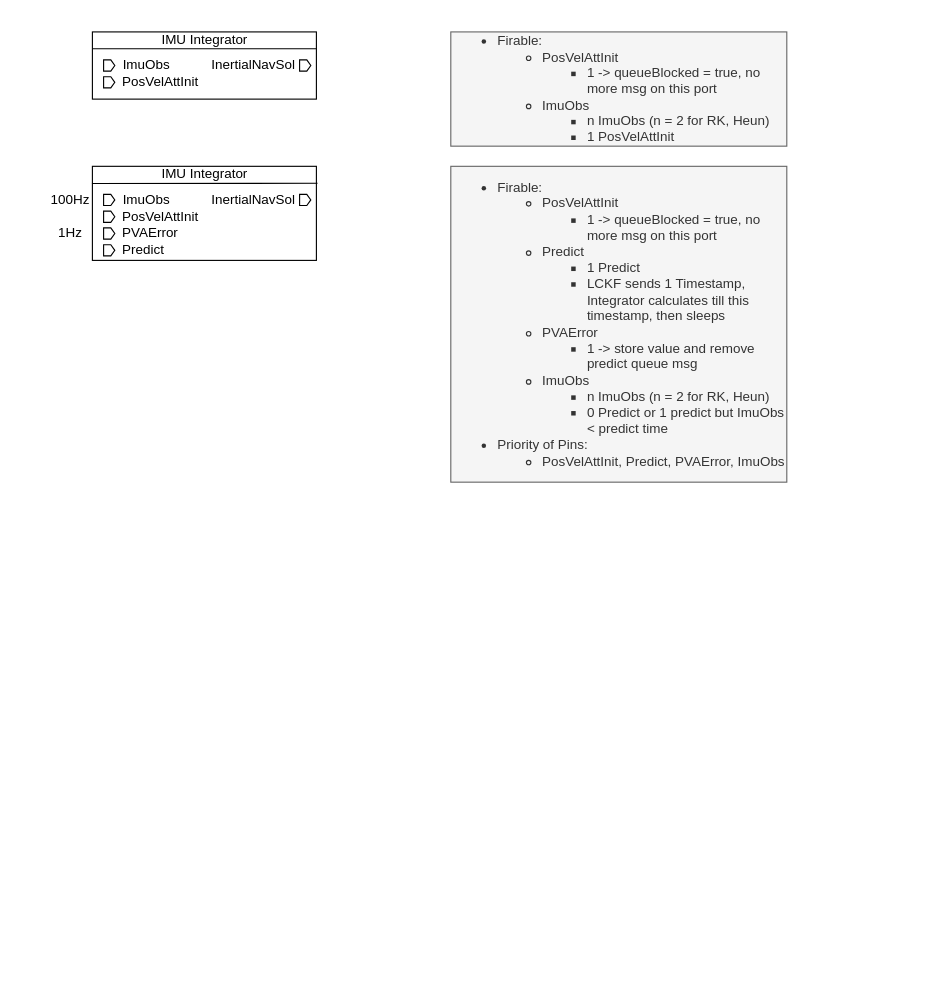
This is page "Page-2" (2 of 2) of doc/internal/FlowDataProcessingLogic.drawio from UniStuttgart-INS/INSTINCT, a draw.io file, before an edit. Source tidied: cells renumbered, new cells numbered last; positions are measured from the earlier drawing's top-left corner, leaving out a move shared by most shapes. Both pictures are drawn from the tidied source at 112%, with x=0, y=0 at pixel (36, 22).
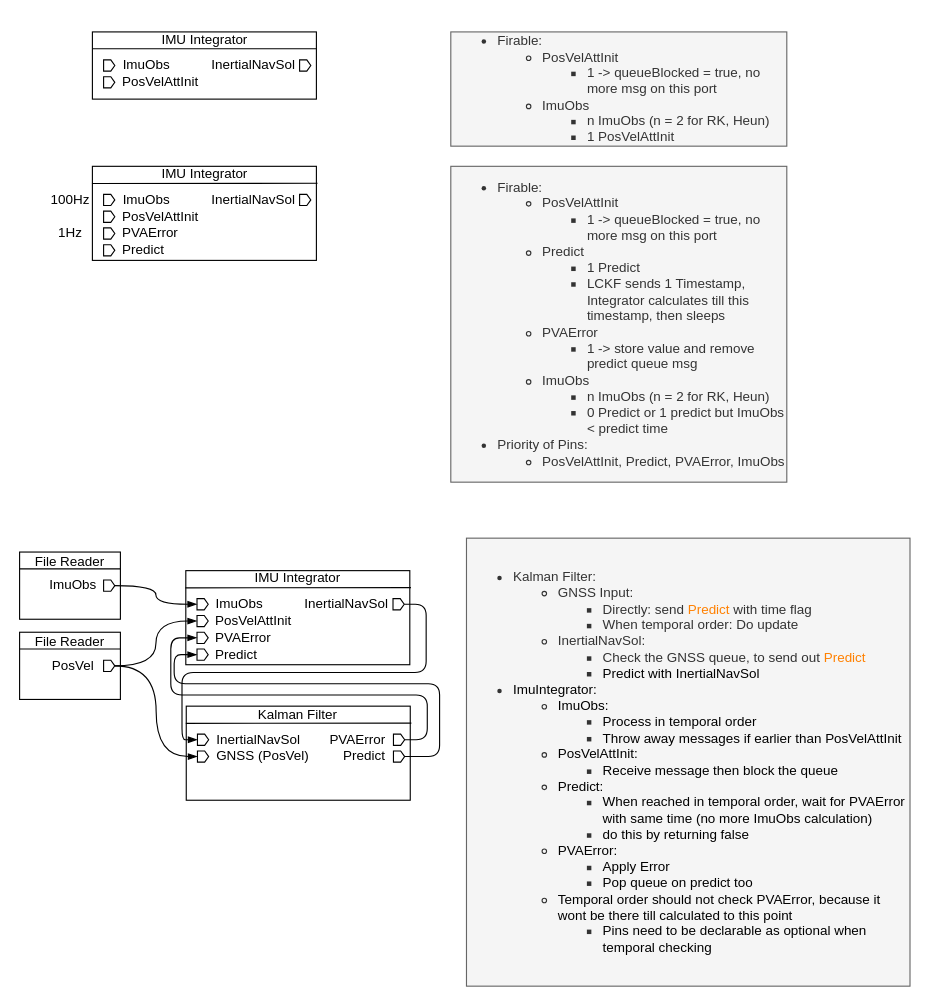
The same page after the edit.

Commit message (it also covers changes not shown here):
WIP: Node trigger logic

Diff of the diagram source:
```diff
@@
+    <mxCell id="30" style="rounded=0;whiteSpace=wrap;html=1;" parent="1" vertex="1">
+      <mxGeometry x="133.8" y="610" width="200" height="84" as="geometry" />
+    </mxCell>
@@
+    <mxCell id="31" style="rounded=0;whiteSpace=wrap;html=1;" parent="1" vertex="1">
+      <mxGeometry x="133.4" y="489" width="200" height="84" as="geometry" />
+    </mxCell>
+    <mxCell id="32" style="endArrow=none;html=1;rounded=0;exitX=-0.002;exitY=0.183;exitDx=0;exitDy=0;entryX=1.005;entryY=0.18;entryDx=0;entryDy=0;entryPerimeter=0;exitPerimeter=0;" parent="1" edge="1" source="31" target="31">
+      <mxGeometry relative="1" as="geometry" />
+    </mxCell>
+    <mxCell id="33" value="IMU Integrator" style="text;html=1;strokeColor=none;fillColor=none;align=center;verticalAlign=middle;whiteSpace=wrap;rounded=0;" parent="1" vertex="1">
+      <mxGeometry x="186.9" y="481" width="93" height="30" as="geometry" />
+    </mxCell>
+    <mxCell id="34" style="edgeStyle=orthogonalEdgeStyle;rounded=0;orthogonalLoop=1;jettySize=auto;html=1;exitX=0.5;exitY=1;exitDx=0;exitDy=0;" parent="1" edge="1">
+      <mxGeometry relative="1" as="geometry">
+        <mxPoint x="195.9" y="549" as="sourcePoint" />
+        <mxPoint x="195.9" y="549" as="targetPoint" />
+      </mxGeometry>
+    </mxCell>
+    <mxCell id="35" value="InertialNavSol" style="text;html=1;strokeColor=none;fillColor=none;align=center;verticalAlign=middle;whiteSpace=wrap;rounded=0;" parent="1" vertex="1">
+      <mxGeometry x="247.4" y="504" width="60" height="30" as="geometry" />
+    </mxCell>
+    <mxCell id="36" style="verticalLabelPosition=bottom;verticalAlign=top;html=1;shape=offPageConnector;rounded=0;size=0.35704697986577116;direction=north;" parent="1" vertex="1">
+      <mxGeometry x="143.4" y="514" width="10" height="10" as="geometry" />
+    </mxCell>
+    <mxCell id="37" value="ImuObs" style="text;html=1;align=center;verticalAlign=middle;strokeColor=none;fillColor=none;" parent="1" vertex="1">
+      <mxGeometry x="146.4" y="504" width="70" height="30" as="geometry" />
+    </mxCell>
+    <mxCell id="38" style="edgeStyle=orthogonalEdgeStyle;jettySize=auto;html=1;exitX=0.5;exitY=1;exitDx=0;exitDy=0;entryX=0.5;entryY=0;entryDx=0;entryDy=0;endArrow=blockThin;endFill=1;" parent="1" edge="1" source="39" target="65">
+      <mxGeometry relative="1" as="geometry">
+        <Array as="points">
+          <mxPoint x="348" y="519" />
+          <mxPoint x="348" y="580" />
+          <mxPoint x="130" y="580" />
+          <mxPoint x="130" y="640" />
+        </Array>
+      </mxGeometry>
+    </mxCell>
+    <mxCell id="39" style="verticalLabelPosition=bottom;verticalAlign=top;html=1;shape=offPageConnector;rounded=0;size=0.35704697986577116;direction=north;" parent="1" vertex="1">
+      <mxGeometry x="318.4" y="514" width="10" height="10" as="geometry" />
+    </mxCell>
+    <mxCell id="40" style="verticalLabelPosition=bottom;verticalAlign=top;html=1;shape=offPageConnector;rounded=0;size=0.35704697986577116;direction=north;" parent="1" vertex="1">
+      <mxGeometry x="143.4" y="529" width="10" height="10" as="geometry" />
+    </mxCell>
+    <mxCell id="41" value="PosVelAttInit" style="text;html=1;align=left;verticalAlign=middle;strokeColor=none;fillColor=none;" parent="1" vertex="1">
+      <mxGeometry x="158.4" y="519" width="90" height="30" as="geometry" />
+    </mxCell>
+    <mxCell id="42" style="verticalLabelPosition=bottom;verticalAlign=top;html=1;shape=offPageConnector;rounded=0;size=0.35704697986577116;direction=north;" parent="1" vertex="1">
+      <mxGeometry x="143.4" y="544" width="10" height="10" as="geometry" />
+    </mxCell>
+    <mxCell id="43" value="PVAError" style="text;html=1;align=left;verticalAlign=middle;strokeColor=none;fillColor=none;" parent="1" vertex="1">
+      <mxGeometry x="158.4" y="534" width="70" height="30" as="geometry" />
+    </mxCell>
+    <mxCell id="44" style="verticalLabelPosition=bottom;verticalAlign=top;html=1;shape=offPageConnector;rounded=0;size=0.35704697986577116;direction=north;" parent="1" vertex="1">
+      <mxGeometry x="143.4" y="559" width="10" height="10" as="geometry" />
+    </mxCell>
+    <mxCell id="45" value="Predict" style="text;html=1;align=left;verticalAlign=middle;strokeColor=none;fillColor=none;" parent="1" vertex="1">
+      <mxGeometry x="158.4" y="549" width="60" height="30" as="geometry" />
+    </mxCell>
+    <mxCell id="46" style="rounded=0;whiteSpace=wrap;html=1;" parent="1" vertex="1">
+      <mxGeometry x="-15" y="472.4" width="90" height="60" as="geometry" />
+    </mxCell>
+    <mxCell id="47" style="endArrow=none;html=1;rounded=0;exitX=0;exitY=0.25;exitDx=0;exitDy=0;entryX=1;entryY=0.25;entryDx=0;entryDy=0;" parent="1" edge="1" source="46" target="46">
+      <mxGeometry relative="1" as="geometry" />
+    </mxCell>
+    <mxCell id="48" style="edgeStyle=orthogonalEdgeStyle;curved=1;jettySize=auto;html=1;exitX=0.5;exitY=1;exitDx=0;exitDy=0;entryX=0.5;entryY=0;entryDx=0;entryDy=0;endArrow=blockThin;endFill=1;" parent="1" edge="1" source="49" target="36">
+      <mxGeometry relative="1" as="geometry" />
+    </mxCell>
+    <mxCell id="49" style="verticalLabelPosition=bottom;verticalAlign=top;html=1;shape=offPageConnector;rounded=0;size=0.35704697986577116;direction=north;" parent="1" vertex="1">
+      <mxGeometry x="60" y="497.4" width="10" height="10" as="geometry" />
+    </mxCell>
+    <mxCell id="50" value="File Reader" style="text;html=1;strokeColor=none;fillColor=none;align=center;verticalAlign=middle;whiteSpace=wrap;rounded=0;" parent="1" vertex="1">
+      <mxGeometry x="-3" y="466.4" width="66" height="30" as="geometry" />
+    </mxCell>
+    <mxCell id="51" style="edgeStyle=orthogonalEdgeStyle;rounded=0;orthogonalLoop=1;jettySize=auto;html=1;exitX=0.5;exitY=1;exitDx=0;exitDy=0;" parent="1" edge="1" source="46" target="46">
+      <mxGeometry relative="1" as="geometry" />
+    </mxCell>
+    <mxCell id="52" value="ImuObs" style="text;html=1;strokeColor=none;fillColor=none;align=center;verticalAlign=middle;whiteSpace=wrap;rounded=0;" parent="1" vertex="1">
+      <mxGeometry x="3" y="487.4" width="60" height="30" as="geometry" />
+    </mxCell>
+    <mxCell id="53" style="rounded=0;whiteSpace=wrap;html=1;" parent="1" vertex="1">
+      <mxGeometry x="-15" y="544" width="90" height="60" as="geometry" />
+    </mxCell>
+    <mxCell id="54" style="endArrow=none;html=1;rounded=0;exitX=0;exitY=0.25;exitDx=0;exitDy=0;entryX=1;entryY=0.25;entryDx=0;entryDy=0;" parent="1" edge="1" source="53" target="53">
+      <mxGeometry relative="1" as="geometry" />
+    </mxCell>
+    <mxCell id="55" style="edgeStyle=orthogonalEdgeStyle;curved=1;jettySize=auto;html=1;exitX=0.5;exitY=1;exitDx=0;exitDy=0;entryX=0.5;entryY=0;entryDx=0;entryDy=0;endArrow=blockThin;endFill=1;" parent="1" edge="1" source="57" target="40">
+      <mxGeometry relative="1" as="geometry" />
+    </mxCell>
+    <mxCell id="56" style="edgeStyle=orthogonalEdgeStyle;jettySize=auto;html=1;exitX=0.5;exitY=1;exitDx=0;exitDy=0;entryX=0.5;entryY=0;entryDx=0;entryDy=0;endArrow=blockThin;endFill=1;curved=1;" parent="1" edge="1" source="57" target="69">
+      <mxGeometry relative="1" as="geometry" />
+    </mxCell>
+    <mxCell id="57" style="verticalLabelPosition=bottom;verticalAlign=top;html=1;shape=offPageConnector;rounded=0;size=0.35704697986577116;direction=north;" parent="1" vertex="1">
+      <mxGeometry x="60" y="569" width="10" height="10" as="geometry" />
+    </mxCell>
+    <mxCell id="58" value="File Reader" style="text;html=1;strokeColor=none;fillColor=none;align=center;verticalAlign=middle;whiteSpace=wrap;rounded=0;" parent="1" vertex="1">
+      <mxGeometry x="-3" y="538" width="66" height="30" as="geometry" />
+    </mxCell>
+    <mxCell id="59" style="edgeStyle=orthogonalEdgeStyle;rounded=0;orthogonalLoop=1;jettySize=auto;html=1;exitX=0.5;exitY=1;exitDx=0;exitDy=0;" parent="1" edge="1" source="53" target="53">
+      <mxGeometry relative="1" as="geometry" />
+    </mxCell>
+    <mxCell id="60" value="PosVel" style="text;html=1;strokeColor=none;fillColor=none;align=center;verticalAlign=middle;whiteSpace=wrap;rounded=0;" parent="1" vertex="1">
+      <mxGeometry x="3" y="559" width="60" height="30" as="geometry" />
+    </mxCell>
+    <mxCell id="61" style="endArrow=none;html=1;rounded=0;exitX=-0.002;exitY=0.183;exitDx=0;exitDy=0;entryX=1.005;entryY=0.18;entryDx=0;entryDy=0;entryPerimeter=0;exitPerimeter=0;" parent="1" edge="1" source="30" target="30">
+      <mxGeometry relative="1" as="geometry" />
+    </mxCell>
+    <mxCell id="62" value="Kalman Filter" style="text;html=1;strokeColor=none;fillColor=none;align=center;verticalAlign=middle;whiteSpace=wrap;rounded=0;" parent="1" vertex="1">
+      <mxGeometry x="187.3" y="603" width="93" height="30" as="geometry" />
+    </mxCell>
+    <mxCell id="63" style="edgeStyle=orthogonalEdgeStyle;rounded=0;orthogonalLoop=1;jettySize=auto;html=1;exitX=0.5;exitY=1;exitDx=0;exitDy=0;" parent="1" edge="1">
+      <mxGeometry relative="1" as="geometry">
+        <mxPoint x="196.3" y="670" as="sourcePoint" />
+        <mxPoint x="196.3" y="670" as="targetPoint" />
+      </mxGeometry>
+    </mxCell>
+    <mxCell id="64" value="PVAError" style="text;html=1;strokeColor=none;fillColor=none;align=center;verticalAlign=middle;whiteSpace=wrap;rounded=0;" parent="1" vertex="1">
+      <mxGeometry x="256.8" y="625" width="60" height="30" as="geometry" />
+    </mxCell>
+    <mxCell id="65" style="verticalLabelPosition=bottom;verticalAlign=top;html=1;shape=offPageConnector;rounded=0;size=0.35704697986577116;direction=north;" parent="1" vertex="1">
+      <mxGeometry x="143.8" y="635" width="10" height="10" as="geometry" />
+    </mxCell>
+    <mxCell id="66" value="InertialNavSol" style="text;html=1;align=center;verticalAlign=middle;strokeColor=none;fillColor=none;" parent="1" vertex="1">
+      <mxGeometry x="147.8" y="625" width="100" height="30" as="geometry" />
+    </mxCell>
+    <mxCell id="67" style="edgeStyle=orthogonalEdgeStyle;jettySize=auto;html=1;exitX=0.5;exitY=1;exitDx=0;exitDy=0;entryX=0.5;entryY=0;entryDx=0;entryDy=0;endArrow=blockThin;endFill=1;" parent="1" edge="1" source="68" target="42">
+      <mxGeometry relative="1" as="geometry">
+        <Array as="points">
+          <mxPoint x="349" y="640" />
+          <mxPoint x="349" y="600" />
+          <mxPoint x="120" y="600" />
+          <mxPoint x="120" y="549" />
+        </Array>
+      </mxGeometry>
+    </mxCell>
+    <mxCell id="68" style="verticalLabelPosition=bottom;verticalAlign=top;html=1;shape=offPageConnector;rounded=0;size=0.35704697986577116;direction=north;" parent="1" vertex="1">
+      <mxGeometry x="318.8" y="635" width="10" height="10" as="geometry" />
+    </mxCell>
+    <mxCell id="69" style="verticalLabelPosition=bottom;verticalAlign=top;html=1;shape=offPageConnector;rounded=0;size=0.35704697986577116;direction=north;" parent="1" vertex="1">
+      <mxGeometry x="143.8" y="650" width="10" height="10" as="geometry" />
+    </mxCell>
+    <mxCell id="70" value="GNSS (PosVel)" style="text;html=1;align=left;verticalAlign=middle;strokeColor=none;fillColor=none;" parent="1" vertex="1">
+      <mxGeometry x="158.8" y="640" width="110" height="30" as="geometry" />
+    </mxCell>
+    <mxCell id="71" value="Predict" style="text;html=1;strokeColor=none;fillColor=none;align=center;verticalAlign=middle;whiteSpace=wrap;rounded=0;" parent="1" vertex="1">
+      <mxGeometry x="262.8" y="640" width="60" height="30" as="geometry" />
+    </mxCell>
+    <mxCell id="72" style="edgeStyle=orthogonalEdgeStyle;jettySize=auto;html=1;exitX=0.5;exitY=1;exitDx=0;exitDy=0;entryX=0.5;entryY=0;entryDx=0;entryDy=0;endArrow=blockThin;endFill=1;" parent="1" edge="1" source="73" target="44">
+      <mxGeometry relative="1" as="geometry">
+        <Array as="points">
+          <mxPoint x="360" y="655" />
+          <mxPoint x="360" y="590" />
+          <mxPoint x="123" y="590" />
+          <mxPoint x="123" y="564" />
+        </Array>
+      </mxGeometry>
+    </mxCell>
+    <mxCell id="73" style="verticalLabelPosition=bottom;verticalAlign=top;html=1;shape=offPageConnector;rounded=0;size=0.35704697986577116;direction=north;" parent="1" vertex="1">
+      <mxGeometry x="318.8" y="650" width="10" height="10" as="geometry" />
+    </mxCell>
+    <mxCell id="74" value="&lt;ul&gt;&lt;li style=&quot;&quot;&gt;Kalman Filter:&lt;/li&gt;&lt;ul&gt;&lt;li style=&quot;&quot;&gt;GNSS Input:&lt;/li&gt;&lt;ul&gt;&lt;li style=&quot;&quot;&gt;Directly: send &lt;font color=&quot;#ff8000&quot;&gt;Predict&lt;/font&gt; with time flag&lt;br&gt;&lt;/li&gt;&lt;li style=&quot;&quot;&gt;When temporal order: Do update&lt;/li&gt;&lt;/ul&gt;&lt;li&gt;InertialNavSol:&lt;/li&gt;&lt;ul&gt;&lt;li&gt;Check the GNSS queue, to send out &lt;font color=&quot;#ff8000&quot;&gt;Predict&lt;/font&gt;&lt;/li&gt;&lt;li&gt;&lt;font color=&quot;#000000&quot;&gt;Predict with InertialNavSol&lt;/font&gt;&lt;/li&gt;&lt;/ul&gt;&lt;/ul&gt;&lt;li&gt;&lt;font color=&quot;#000000&quot;&gt;ImuIntegrator:&lt;/font&gt;&lt;/li&gt;&lt;ul&gt;&lt;li&gt;&lt;font color=&quot;#000000&quot;&gt;ImuObs:&lt;/font&gt;&lt;/li&gt;&lt;ul&gt;&lt;li&gt;&lt;font color=&quot;#000000&quot;&gt;Process in temporal order&lt;/font&gt;&lt;/li&gt;&lt;li&gt;&lt;font color=&quot;#000000&quot;&gt;Throw away messages if earlier than PosVelAttInit&lt;/font&gt;&lt;/li&gt;&lt;/ul&gt;&lt;li&gt;&lt;font color=&quot;#000000&quot;&gt;PosVelAttInit:&lt;/font&gt;&lt;/li&gt;&lt;ul&gt;&lt;li&gt;&lt;font color=&quot;#000000&quot;&gt;Receive message then block the queue&lt;/font&gt;&lt;/li&gt;&lt;/ul&gt;&lt;li&gt;&lt;font color=&quot;#000000&quot;&gt;Predict:&lt;/font&gt;&lt;/li&gt;&lt;ul&gt;&lt;li&gt;&lt;font color=&quot;#000000&quot;&gt;When reached in temporal order, wait for PVAError with same time (no more ImuObs calculation)&lt;/font&gt;&lt;/li&gt;&lt;li&gt;&lt;font color=&quot;#000000&quot;&gt;do this by returning false&lt;/font&gt;&lt;/li&gt;&lt;/ul&gt;&lt;li&gt;&lt;font color=&quot;#000000&quot;&gt;PVAError:&lt;/font&gt;&lt;/li&gt;&lt;ul&gt;&lt;li&gt;&lt;font color=&quot;#000000&quot;&gt;Apply Error&lt;/font&gt;&lt;/li&gt;&lt;li&gt;&lt;font color=&quot;#000000&quot;&gt;Pop queue on predict too&lt;/font&gt;&lt;/li&gt;&lt;/ul&gt;&lt;li&gt;&lt;font color=&quot;#000000&quot;&gt;Temporal order should not check PVAError, because it wont be there till calculated to this point&lt;/font&gt;&lt;/li&gt;&lt;ul&gt;&lt;li&gt;&lt;font color=&quot;#000000&quot;&gt;Pins need to be declarable as optional when temporal checking&lt;/font&gt;&lt;/li&gt;&lt;/ul&gt;&lt;/ul&gt;&lt;/ul&gt;" style="text;html=1;align=left;verticalAlign=middle;whiteSpace=wrap;rounded=0;fillColor=#f5f5f5;fontColor=#333333;strokeColor=#666666;" parent="1" vertex="1">
+      <mxGeometry x="384" y="460" width="396" height="400" as="geometry" />
+    </mxCell>
```
